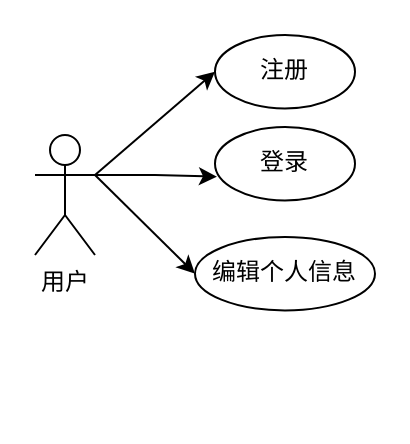
The draw.io diagram 未命名绘图.drawio in mochaDMQ/myPicture, before the edit. Source tidied: cells renumbered, new cells numbered last; positions are measured from the earlier drawing's top-left corner, leaving out a move shared by most shapes. Both pictures are drawn from the tidied source at 200%, with x=0, y=0 at pixel (34, 34).
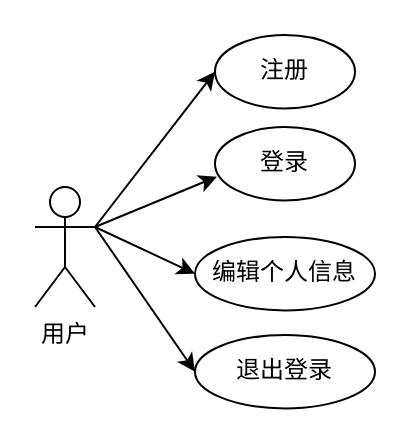
After the change.

Commit message:
更新未命名绘图.drawio

What changed in the source:
```diff
@@
 <mxGraphModel>
   <root>
     <mxCell id="0" />
     <mxCell id="1" parent="0" />
-    <mxCell id="2" style="rounded=0;jettySize=auto;html=1;exitX=1;exitY=0.3333333333333333;exitDx=0;exitDy=0;exitPerimeter=0;entryX=0;entryY=0.5;entryDx=0;entryDy=0;" parent="1" edge="1" source="4" target="5">
-      <mxGeometry relative="1" as="geometry" />
+    <mxCell id="2" style="rounded=0;jettySize=auto;html=1;exitX=1;exitY=0.3333333333333333;exitDx=0;exitDy=0;exitPerimeter=0;entryX=0;entryY=0.5;entryDx=0;entryDy=0;" parent="1" edge="1" target="5">
+      <mxGeometry relative="1" as="geometry">
+        <mxPoint x="30" y="96" as="sourcePoint" />
+      </mxGeometry>
     </mxCell>
-    <mxCell id="3" style="rounded=0;jettySize=auto;html=1;exitX=1;exitY=0.3333333333333333;exitDx=0;exitDy=0;exitPerimeter=0;entryX=0;entryY=0.5;entryDx=0;entryDy=0;" parent="1" edge="1" source="4" target="6">
-      <mxGeometry relative="1" as="geometry" />
+    <mxCell id="3" style="rounded=0;jettySize=auto;html=1;exitX=1;exitY=0.3333333333333333;exitDx=0;exitDy=0;exitPerimeter=0;entryX=0;entryY=0.5;entryDx=0;entryDy=0;" parent="1" edge="1" target="6">
+      <mxGeometry relative="1" as="geometry">
+        <mxPoint x="30" y="96" as="sourcePoint" />
+      </mxGeometry>
     </mxCell>
+    <mxCell id="9" style="rounded=0;jettySize=auto;html=1;exitX=1;exitY=0.3333333333333333;exitDx=0;exitDy=0;exitPerimeter=0;entryX=0;entryY=0.5;entryDx=0;entryDy=0;" parent="1" edge="1" target="10">
+      <mxGeometry relative="1" as="geometry">
+        <mxPoint x="30" y="96" as="sourcePoint" />
+      </mxGeometry>
+    </mxCell>
     <mxCell id="4" value="用户" style="shape=umlActor;verticalLabelPosition=bottom;verticalAlign=top;html=1;outlineConnect=0;" parent="1" vertex="1">
-      <mxGeometry y="50" width="30" height="60" as="geometry" />
+      <mxGeometry y="76" width="30" height="60" as="geometry" />
     </mxCell>
     <mxCell id="5" value="注册" style="ellipse;whiteSpace=wrap;html=1;" parent="1" vertex="1">
       <mxGeometry x="90" width="70" height="36.7" as="geometry" />
     </mxCell>
     <mxCell id="6" value="编辑个人信息" style="ellipse;whiteSpace=wrap;html=1;" parent="1" vertex="1">
       <mxGeometry x="80" y="101" width="90" height="36.7" as="geometry" />
     </mxCell>
     <mxCell id="7" value="登录" style="ellipse;whiteSpace=wrap;html=1;" parent="1" vertex="1">
       <mxGeometry x="90" y="46" width="70" height="36.7" as="geometry" />
     </mxCell>
-    <mxCell id="8" style="edgeStyle=orthogonalEdgeStyle;rounded=0;jettySize=auto;html=1;exitX=1;exitY=0.3333333333333333;exitDx=0;exitDy=0;exitPerimeter=0;entryX=0.014;entryY=0.677;entryDx=0;entryDy=0;entryPerimeter=0;" parent="1" edge="1" source="4" target="7">
-      <mxGeometry relative="1" as="geometry" />
+    <mxCell id="8" style="rounded=0;jettySize=auto;html=1;exitX=1;exitY=0.3333333333333333;exitDx=0;exitDy=0;exitPerimeter=0;entryX=0.014;entryY=0.677;entryDx=0;entryDy=0;entryPerimeter=0;" parent="1" edge="1" target="7">
+      <mxGeometry relative="1" as="geometry">
+        <mxPoint x="30" y="96" as="sourcePoint" />
+      </mxGeometry>
     </mxCell>
+    <mxCell id="10" value="退出登录" style="ellipse;whiteSpace=wrap;html=1;" parent="1" vertex="1">
+      <mxGeometry x="80" y="150" width="90" height="36.7" as="geometry" />
+    </mxCell>
   </root>
 </mxGraphModel>
```
